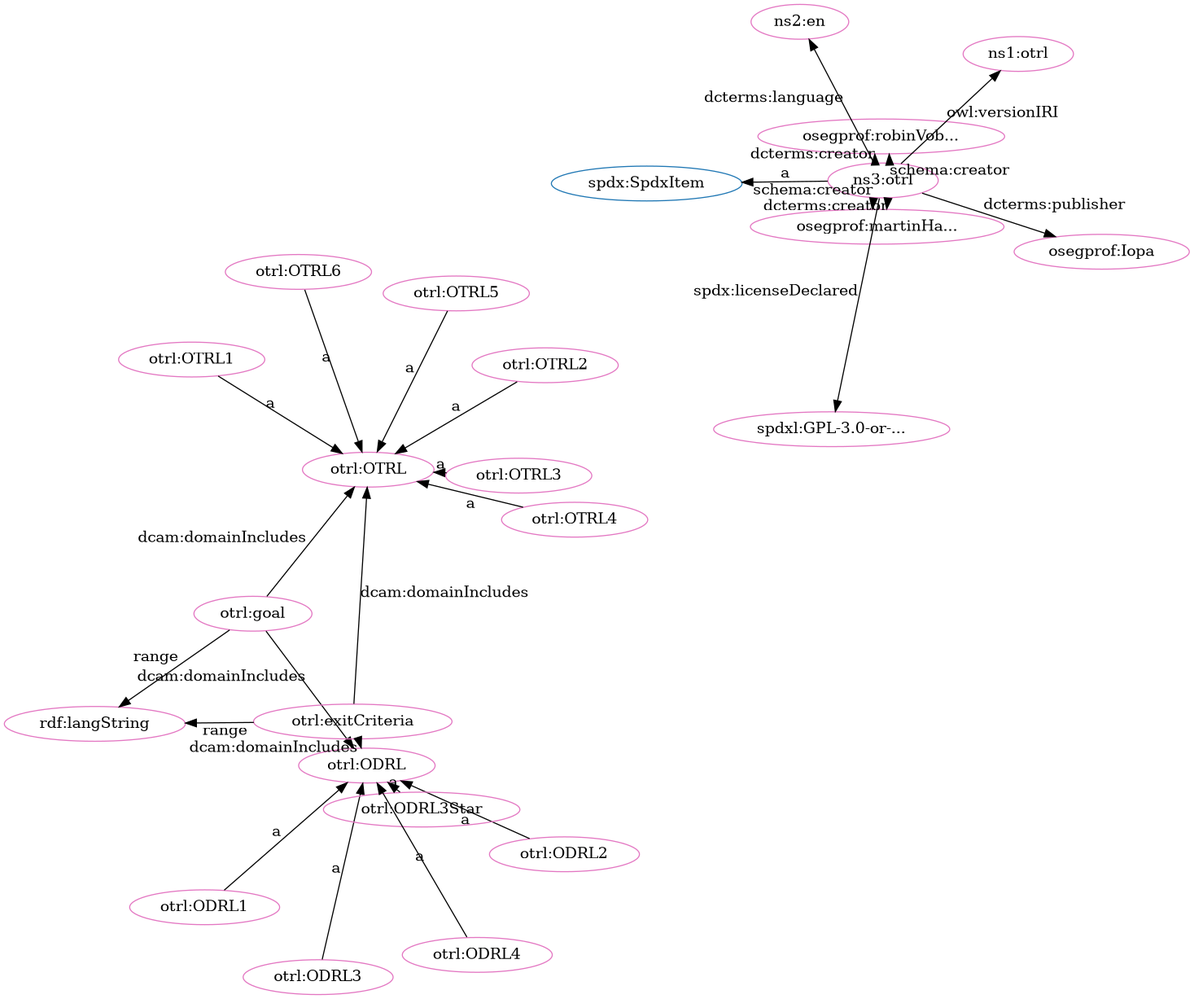
Before: src/spec/dot_otrl-clean.png, a diagram exported from Graphviz (iop-alliance/OpenKnowHow). Its source is kept beside it as src/spec/dot_otrl-clean.dot.
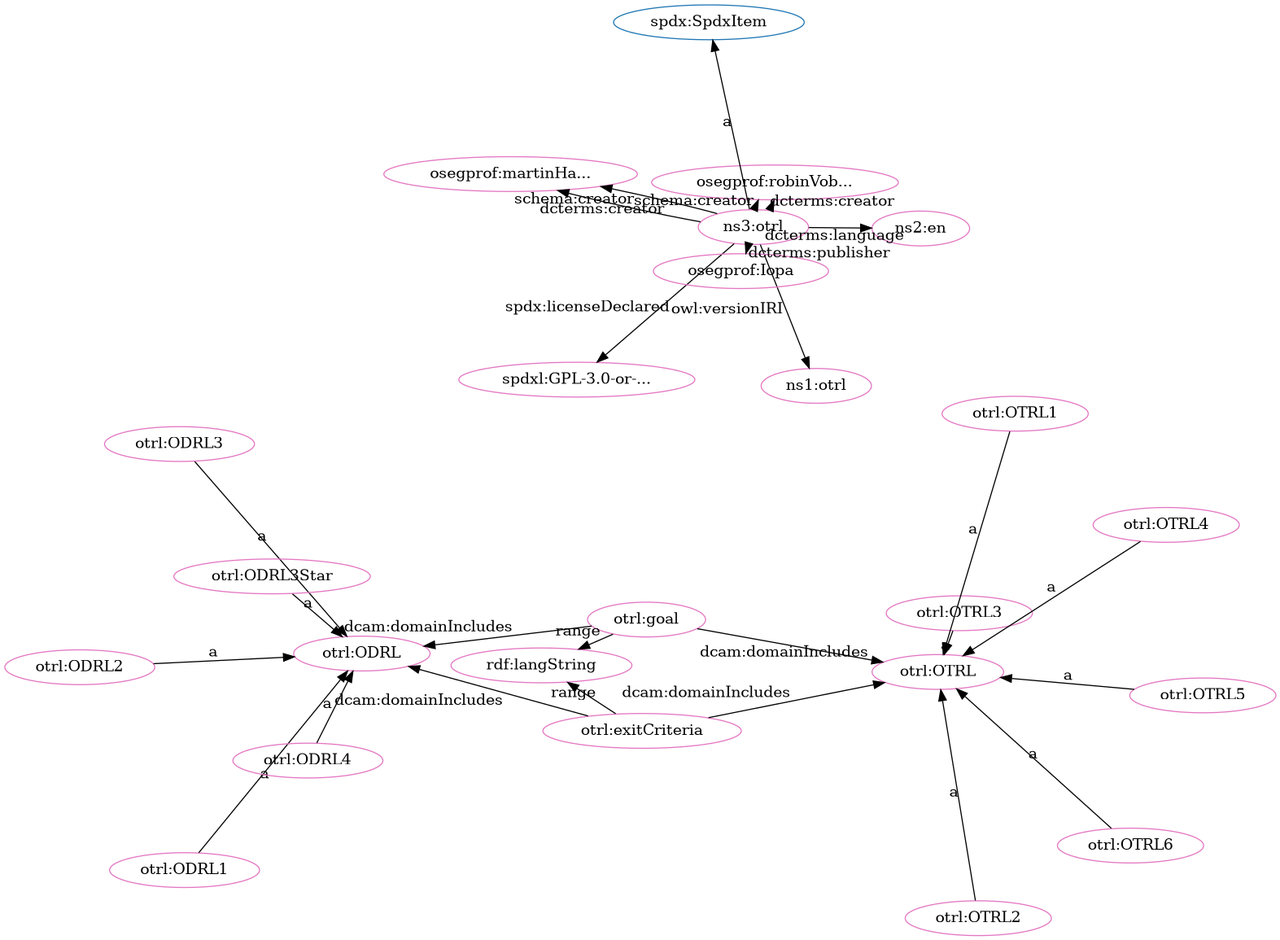
The same file after the commit.

Diff of the diagram source:
```diff
@@ -2,55 +2,55 @@
   rankdir=BT
   node[height=.3]
 "http://w3id.org/oseg/ont/otrl#ODRL" [fillcolor="#1f77b4" color="#1f77b4" label="otrl:ODRL"]
+"http://spdx.org/rdf/terms#SpdxItem" [fillcolor="#1f77b4" color="#1f77b4" label="spdx:SpdxItem"]
 "http://w3id.org/oseg/ont/otrl#OTRL" [fillcolor="#1f77b4" color="#1f77b4" label="otrl:OTRL"]
-"http://spdx.org/rdf/terms#SpdxItem" [fillcolor="#1f77b4" color="#1f77b4" label="spdx:SpdxItem"]
-"http://w3id.org/oseg/ont/otrl#ODRL3" [fillcolor="#e377c2" color="#e377c2" label="otrl:ODRL3"]
-"http://w3id.org/oseg/ont/otrl#OTRL1" [fillcolor="#e377c2" color="#e377c2" label="otrl:OTRL1"]
-"http://w3id.org/oseg/ont/oseg-profiles#Iopa" [fillcolor="#e377c2" color="#e377c2" label="osegprof:Iopa"]
-"http://w3id.org/oseg/ont/otrl#ODRL2" [fillcolor="#e377c2" color="#e377c2" label="otrl:ODRL2"]
-"http://w3id.org/oseg/ont/otrl#OTRL6" [fillcolor="#e377c2" color="#e377c2" label="otrl:OTRL6"]
-"http://w3id.org/oseg/ont/otrl#goal" [fillcolor="#e377c2" color="#e377c2" label="otrl:goal"]
-"http://w3id.org/oseg/ont/otrl#OTRL2" [fillcolor="#e377c2" color="#e377c2" label="otrl:OTRL2"]
 "http://w3id.org/oseg/ont/otrl#ODRL1" [fillcolor="#e377c2" color="#e377c2" label="otrl:ODRL1"]
-"http://w3id.org/oseg/ont/oseg-profiles#martinHaeuer" [fillcolor="#e377c2" color="#e377c2" label="osegprof:martinHa..."]
-"http://w3id.org/oseg/ont/otrl#ODRL3Star" [fillcolor="#e377c2" color="#e377c2" label="otrl:ODRL3Star"]
-"http://w3id.org/oseg/ont/otrl#OTRL" [fillcolor="#e377c2" color="#e377c2" label="otrl:OTRL"]
+"http://w3id.org/oseg/ont/otrl#ODRL" [fillcolor="#e377c2" color="#e377c2" label="otrl:ODRL"]
 "http://w3id.org/oseg/ont/oseg-profiles#robinVobruba" [fillcolor="#e377c2" color="#e377c2" label="osegprof:robinVob..."]
 "http://w3id.org/oseg/ont/1.1.0/otrl" [fillcolor="#e377c2" color="#e377c2" label="ns1:otrl"]
-"http://w3id.org/oseg/ont/otrl#ODRL4" [fillcolor="#e377c2" color="#e377c2" label="otrl:ODRL4"]
-"http://w3id.org/oseg/ont/otrl#ODRL" [fillcolor="#e377c2" color="#e377c2" label="otrl:ODRL"]
+"http://w3id.org/oseg/ont/oseg-profiles#martinHaeuer" [fillcolor="#e377c2" color="#e377c2" label="osegprof:martinHa..."]
+"http://w3id.org/oseg/ont/otrl#ODRL3" [fillcolor="#e377c2" color="#e377c2" label="otrl:ODRL3"]
+"http://id.loc.gov/vocabulary/iso639-1/en" [fillcolor="#e377c2" color="#e377c2" label="ns2:en"]
 "http://www.w3.org/1999/02/22-rdf-syntax-ns#langString" [fillcolor="#e377c2" color="#e377c2" label="rdf:langString"]
-"http://id.loc.gov/vocabulary/iso639-1/en" [fillcolor="#e377c2" color="#e377c2" label="ns2:en"]
-"http://w3id.org/oseg/ont/otrl#exitCriteria" [fillcolor="#e377c2" color="#e377c2" label="otrl:exitCriteria"]
-"http://spdx.org/licenses/GPL-3.0-or-later" [fillcolor="#e377c2" color="#e377c2" label="spdxl:GPL-3.0-or-..."]
-"http://w3id.org/oseg/ont/otrl#OTRL5" [fillcolor="#e377c2" color="#e377c2" label="otrl:OTRL5"]
 "http://w3id.org/oseg/ont/otrl" [fillcolor="#e377c2" color="#e377c2" label="ns3:otrl"]
 "http://w3id.org/oseg/ont/otrl#OTRL3" [fillcolor="#e377c2" color="#e377c2" label="otrl:OTRL3"]
+"http://w3id.org/oseg/ont/otrl#OTRL6" [fillcolor="#e377c2" color="#e377c2" label="otrl:OTRL6"]
+"http://w3id.org/oseg/ont/otrl#OTRL5" [fillcolor="#e377c2" color="#e377c2" label="otrl:OTRL5"]
+"http://w3id.org/oseg/ont/otrl#goal" [fillcolor="#e377c2" color="#e377c2" label="otrl:goal"]
+"http://w3id.org/oseg/ont/otrl#exitCriteria" [fillcolor="#e377c2" color="#e377c2" label="otrl:exitCriteria"]
+"http://w3id.org/oseg/ont/otrl#OTRL2" [fillcolor="#e377c2" color="#e377c2" label="otrl:OTRL2"]
+"http://w3id.org/oseg/ont/otrl#ODRL2" [fillcolor="#e377c2" color="#e377c2" label="otrl:ODRL2"]
+"http://w3id.org/oseg/ont/otrl#OTRL1" [fillcolor="#e377c2" color="#e377c2" label="otrl:OTRL1"]
+"http://spdx.org/licenses/GPL-3.0-or-later" [fillcolor="#e377c2" color="#e377c2" label="spdxl:GPL-3.0-or-..."]
+"http://w3id.org/oseg/ont/otrl#OTRL" [fillcolor="#e377c2" color="#e377c2" label="otrl:OTRL"]
 "http://w3id.org/oseg/ont/otrl#OTRL4" [fillcolor="#e377c2" color="#e377c2" label="otrl:OTRL4"]
+"http://w3id.org/oseg/ont/otrl#ODRL3Star" [fillcolor="#e377c2" color="#e377c2" label="otrl:ODRL3Star"]
+"http://w3id.org/oseg/ont/oseg-profiles#Iopa" [fillcolor="#e377c2" color="#e377c2" label="osegprof:Iopa"]
+"http://w3id.org/oseg/ont/otrl#ODRL4" [fillcolor="#e377c2" color="#e377c2" label="otrl:ODRL4"]
+  "http://w3id.org/oseg/ont/otrl#ODRL1" -> "http://w3id.org/oseg/ont/otrl#ODRL" [label="a"]
+  "http://w3id.org/oseg/ont/otrl" -> "http://w3id.org/oseg/ont/oseg-profiles#martinHaeuer" [label="schema:creator"]
+  "http://w3id.org/oseg/ont/otrl#exitCriteria" -> "http://w3id.org/oseg/ont/otrl#ODRL" [label="dcam:domainIncludes"]
+  "http://w3id.org/oseg/ont/otrl" -> "http://id.loc.gov/vocabulary/iso639-1/en" [label="dcterms:language"]
+  "http://w3id.org/oseg/ont/otrl" -> "http://w3id.org/oseg/ont/oseg-profiles#martinHaeuer" [label="dcterms:creator"]
+  "http://w3id.org/oseg/ont/otrl#OTRL6" -> "http://w3id.org/oseg/ont/otrl#OTRL" [label="a"]
+  "http://w3id.org/oseg/ont/otrl#OTRL5" -> "http://w3id.org/oseg/ont/otrl#OTRL" [label="a"]
   "http://w3id.org/oseg/ont/otrl#ODRL2" -> "http://w3id.org/oseg/ont/otrl#ODRL" [label="a"]
-  "http://w3id.org/oseg/ont/otrl#OTRL6" -> "http://w3id.org/oseg/ont/otrl#OTRL" [label="a"]
-  "http://w3id.org/oseg/ont/otrl#OTRL2" -> "http://w3id.org/oseg/ont/otrl#OTRL" [label="a"]
-  "http://w3id.org/oseg/ont/otrl" -> "http://w3id.org/oseg/ont/oseg-profiles#martinHaeuer" [label="dcterms:creator"]
+  "http://w3id.org/oseg/ont/otrl" -> "http://spdx.org/licenses/GPL-3.0-or-later" [label="spdx:licenseDeclared"]
+  "http://w3id.org/oseg/ont/otrl#OTRL4" -> "http://w3id.org/oseg/ont/otrl#OTRL" [label="a"]
   "http://w3id.org/oseg/ont/otrl#ODRL3Star" -> "http://w3id.org/oseg/ont/otrl#ODRL" [label="a"]
+  "http://w3id.org/oseg/ont/otrl" -> "http://w3id.org/oseg/ont/oseg-profiles#robinVobruba" [label="schema:creator"]
   "http://w3id.org/oseg/ont/otrl#exitCriteria" -> "http://w3id.org/oseg/ont/otrl#OTRL" [label="dcam:domainIncludes"]
-  "http://w3id.org/oseg/ont/otrl" -> "http://w3id.org/oseg/ont/1.1.0/otrl" [label="owl:versionIRI"]
-  "http://w3id.org/oseg/ont/otrl#goal" -> "http://w3id.org/oseg/ont/otrl#OTRL" [label="dcam:domainIncludes"]
   "http://w3id.org/oseg/ont/otrl#ODRL4" -> "http://w3id.org/oseg/ont/otrl#ODRL" [label="a"]
-  "http://w3id.org/oseg/ont/otrl#exitCriteria" -> "http://w3id.org/oseg/ont/otrl#ODRL" [label="dcam:domainIncludes"]
-  "http://w3id.org/oseg/ont/otrl#goal" -> "http://www.w3.org/1999/02/22-rdf-syntax-ns#langString" [label="range"]
-  "http://w3id.org/oseg/ont/otrl#exitCriteria" -> "http://www.w3.org/1999/02/22-rdf-syntax-ns#langString" [label="range"]
-  "http://w3id.org/oseg/ont/otrl" -> "http://id.loc.gov/vocabulary/iso639-1/en" [label="dcterms:language"]
   "http://w3id.org/oseg/ont/otrl#goal" -> "http://w3id.org/oseg/ont/otrl#ODRL" [label="dcam:domainIncludes"]
   "http://w3id.org/oseg/ont/otrl" -> "http://w3id.org/oseg/ont/oseg-profiles#robinVobruba" [label="dcterms:creator"]
-  "http://w3id.org/oseg/ont/otrl" -> "http://spdx.org/licenses/GPL-3.0-or-later" [label="spdx:licenseDeclared"]
-  "http://w3id.org/oseg/ont/otrl#OTRL5" -> "http://w3id.org/oseg/ont/otrl#OTRL" [label="a"]
+  "http://w3id.org/oseg/ont/otrl" -> "http://w3id.org/oseg/ont/1.1.0/otrl" [label="owl:versionIRI"]
+  "http://w3id.org/oseg/ont/otrl#ODRL3" -> "http://w3id.org/oseg/ont/otrl#ODRL" [label="a"]
+  "http://w3id.org/oseg/ont/otrl#exitCriteria" -> "http://www.w3.org/1999/02/22-rdf-syntax-ns#langString" [label="range"]
+  "http://w3id.org/oseg/ont/otrl" -> "http://spdx.org/rdf/terms#SpdxItem" [label="a"]
   "http://w3id.org/oseg/ont/otrl#OTRL3" -> "http://w3id.org/oseg/ont/otrl#OTRL" [label="a"]
-  "http://w3id.org/oseg/ont/otrl#OTRL4" -> "http://w3id.org/oseg/ont/otrl#OTRL" [label="a"]
-  "http://w3id.org/oseg/ont/otrl#ODRL3" -> "http://w3id.org/oseg/ont/otrl#ODRL" [label="a"]
+  "http://w3id.org/oseg/ont/otrl#OTRL2" -> "http://w3id.org/oseg/ont/otrl#OTRL" [label="a"]
   "http://w3id.org/oseg/ont/otrl#OTRL1" -> "http://w3id.org/oseg/ont/otrl#OTRL" [label="a"]
+  "http://w3id.org/oseg/ont/otrl#goal" -> "http://w3id.org/oseg/ont/otrl#OTRL" [label="dcam:domainIncludes"]
+  "http://w3id.org/oseg/ont/otrl#goal" -> "http://www.w3.org/1999/02/22-rdf-syntax-ns#langString" [label="range"]
   "http://w3id.org/oseg/ont/otrl" -> "http://w3id.org/oseg/ont/oseg-profiles#Iopa" [label="dcterms:publisher"]
-  "http://w3id.org/oseg/ont/otrl#ODRL1" -> "http://w3id.org/oseg/ont/otrl#ODRL" [label="a"]
-  "http://w3id.org/oseg/ont/otrl" -> "http://w3id.org/oseg/ont/oseg-profiles#robinVobruba" [label="schema:creator"]
-  "http://w3id.org/oseg/ont/otrl" -> "http://w3id.org/oseg/ont/oseg-profiles#martinHaeuer" [label="schema:creator"]
-  "http://w3id.org/oseg/ont/otrl" -> "http://spdx.org/rdf/terms#SpdxItem" [label="a"]
 }
```
